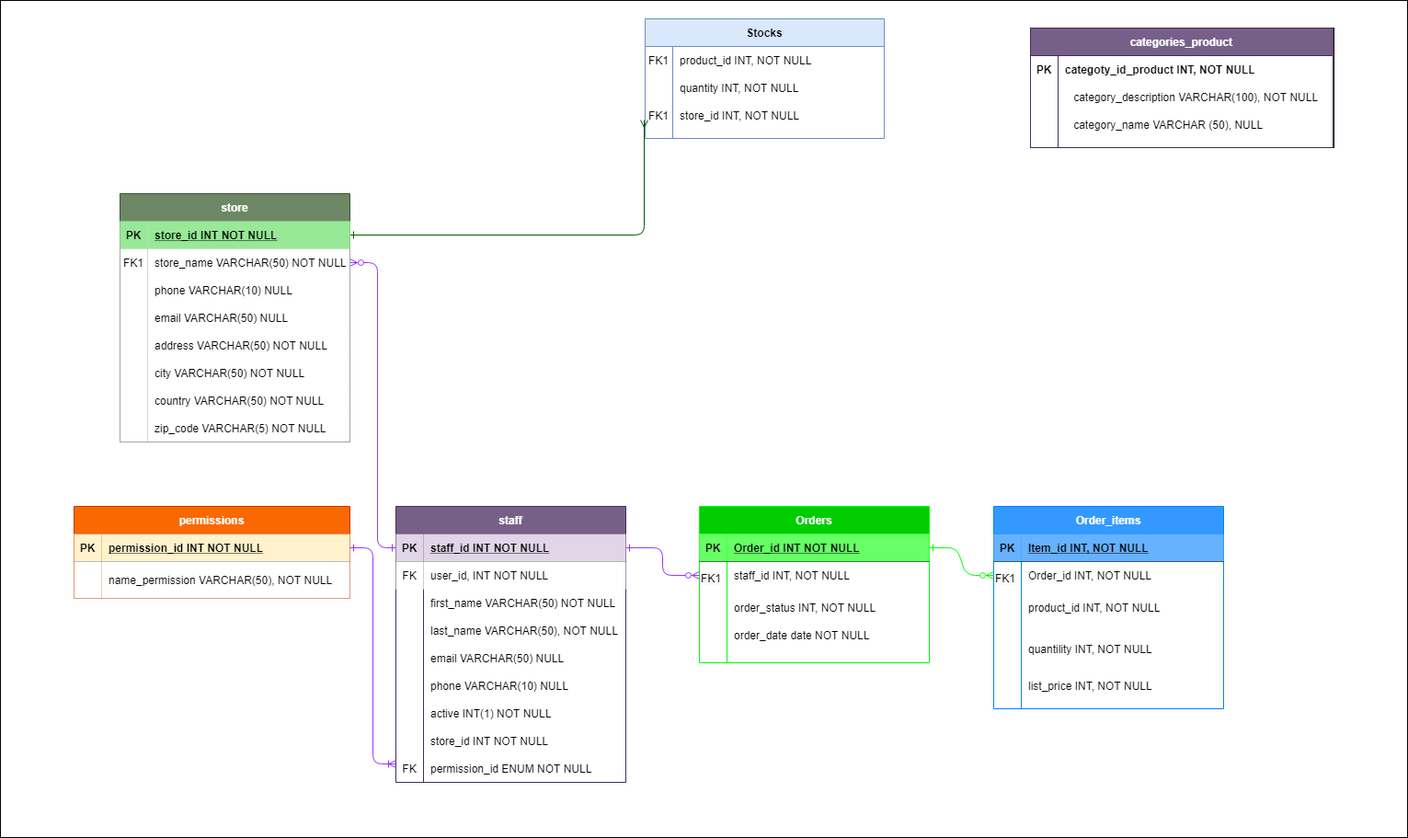
This is RestaSoft Diagram.png from RestaSoft/ERM-RestaSoft, a draw.io export, as it was before one commit. Source tidied: cells renumbered, new cells last; positions are measured from the earlier drawing's top-left corner, leaving out a move shared by most shapes.
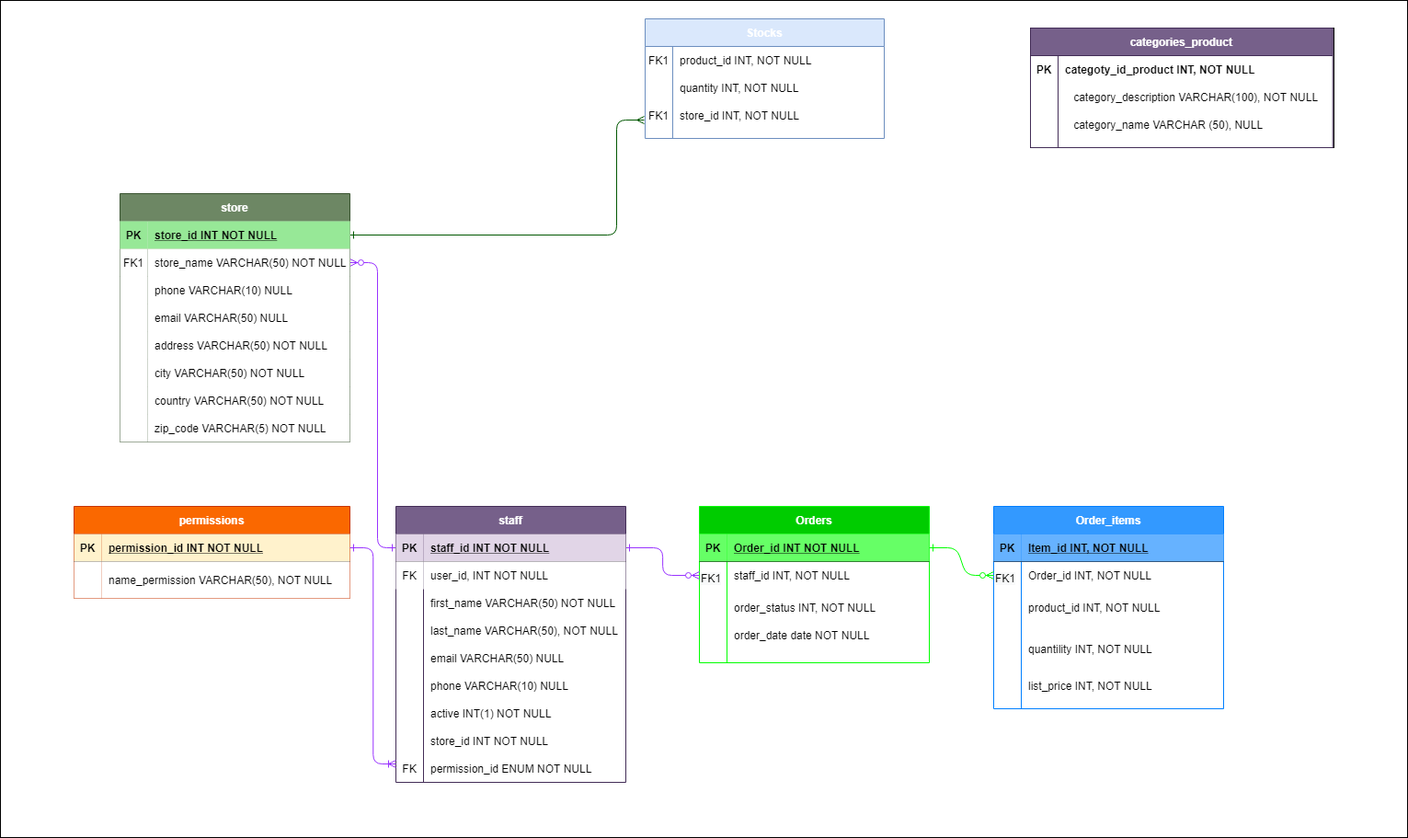
The same file after the commit.

Commit message:
Color text and shades

Change to the diagram source:
```diff
@@ -135,7 +135,7 @@
     <mxCell id="44" style="group;" parent="1" vertex="1">
       <mxGeometry x="700" y="20" width="261" height="130" as="geometry" />
     </mxCell>
-    <mxCell id="45" value="Stocks" style="shape=table;startSize=30;rowLines=0;fontStyle=1;align=center;fillColor=#dae8fc;strokeColor=#6c8ebf;" parent="44" vertex="1">
+    <mxCell id="45" value="Stocks" style="shape=table;startSize=30;rowLines=0;fontStyle=1;align=center;fillColor=#dae8fc;strokeColor=#6c8ebf;fontColor=#FFFFFF;" parent="44" vertex="1">
       <mxGeometry x="1" width="260" height="130" as="geometry" />
     </mxCell>
     <mxCell id="46" style="shape=partialRectangle;fillColor=none;top=0;left=0;right=0;bottom=0;" parent="45" vertex="1">
@@ -168,6 +168,10 @@
     <mxCell id="55" style="rounded=1;jettySize=auto;html=1;exitX=1;exitY=0.5;exitDx=0;exitDy=0;edgeStyle=orthogonalEdgeStyle;fillColor=#008a00;strokeColor=#005700;sketch=0;endArrow=ERmany;endFill=0;startArrow=ERone;startFill=0;" parent="1" edge="1" source="68">
       <mxGeometry relative="1" as="geometry">
         <mxPoint x="700" y="130" as="targetPoint" />
+        <Array as="points">
+          <mxPoint x="670" y="255" />
+          <mxPoint x="670" y="130" />
+        </Array>
       </mxGeometry>
     </mxCell>
     <mxCell id="56" style="group;strokeColor=#000000;" parent="1" vertex="1">
```
